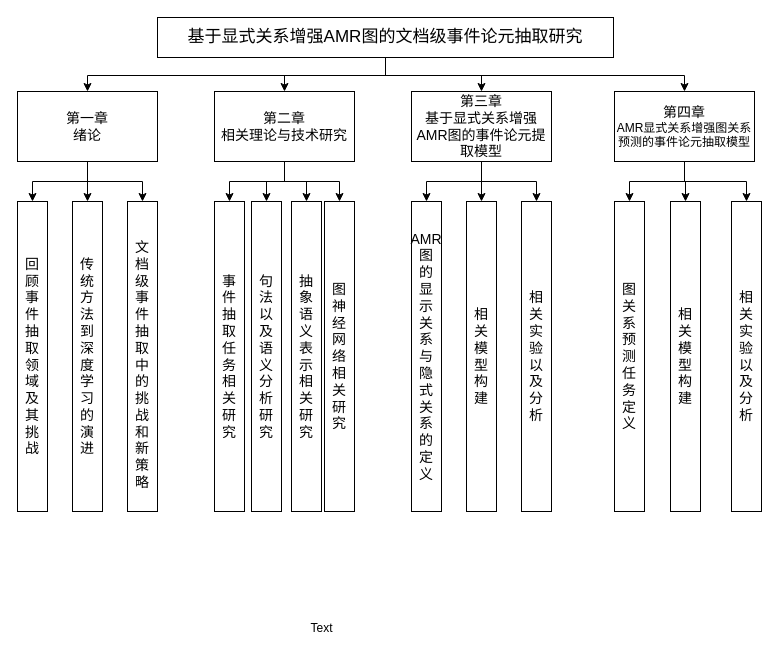
The draw.io diagram 论文整体结构安排.drawio in crawlerWPS/drawing, before the edit. Source tidied: cells renumbered, new cells numbered last; positions are measured from the earlier drawing's top-left corner, leaving out a move shared by most shapes. Both pictures are drawn from the tidied source at 100%, with x=0, y=0 at pixel (17, 17).
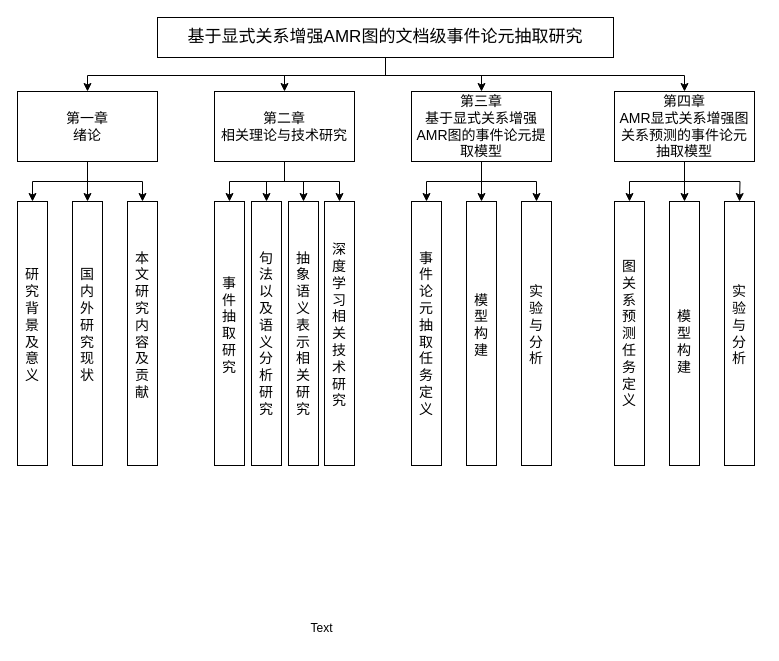
The same page after the edit.

Commit message:
更新论文整体结构安排.drawio

Unchanged cells that the change refers to:
```xml
<mxCell id="10" value="&lt;font face=&quot;宋体-简&quot; style=&quot;font-size: 14px;&quot;&gt;第一章&lt;br&gt;绪论&lt;br&gt;&lt;/font&gt;" style="rounded=0;whiteSpace=wrap;html=1;" parent="1" vertex="1">
  <mxGeometry y="74" width="140" height="70" as="geometry" />
</mxCell>
<mxCell id="15" value="&lt;font face=&quot;宋体-简&quot; style=&quot;font-size: 14px;&quot;&gt;第二章&lt;/font&gt;&lt;br&gt;&lt;span style=&quot;font-family: 宋体-简; font-size: 14px;&quot;&gt;相关理论与技术研究&lt;/span&gt;" style="rounded=0;whiteSpace=wrap;html=1;" parent="1" vertex="1">
  <mxGeometry x="197" y="74" width="140" height="70" as="geometry" />
</mxCell>
<mxCell id="19" value="&lt;font face=&quot;宋体-简&quot; style=&quot;&quot;&gt;&lt;font style=&quot;font-size: 14px;&quot;&gt;第三章&lt;/font&gt;&lt;br&gt;&lt;span style=&quot;font-size: 14px;&quot;&gt;基于显式关系增强AMR图的事件论元提取模型&lt;/span&gt;&lt;br&gt;&lt;/font&gt;" style="rounded=0;whiteSpace=wrap;html=1;" parent="1" vertex="1">
  <mxGeometry x="394" y="74" width="140" height="70" as="geometry" />
</mxCell>
```

Change to the diagram source:
```diff
@@
-    <mxCell id="7" style="edgeStyle=orthogonalEdgeStyle;rounded=0;jettySize=auto;html=1;entryX=0.5;entryY=0;entryDx=0;entryDy=0;" parent="1" edge="1" source="10" target="24">
+    <mxCell id="7" style="edgeStyle=orthogonalEdgeStyle;rounded=0;jettySize=auto;html=1;entryX=0.5;entryY=0;entryDx=0;entryDy=0;fontSize=14;fontFamily=宋体-简;" parent="1" edge="1" source="10" target="24">
       <mxGeometry relative="1" as="geometry" />
     </mxCell>
-    <mxCell id="8" style="edgeStyle=orthogonalEdgeStyle;rounded=0;jettySize=auto;html=1;" parent="1" edge="1" source="10" target="25">
+    <mxCell id="8" style="edgeStyle=orthogonalEdgeStyle;rounded=0;jettySize=auto;html=1;fontSize=14;fontFamily=宋体-简;" parent="1" edge="1" source="10" target="25">
       <mxGeometry relative="1" as="geometry" />
     </mxCell>
-    <mxCell id="9" style="edgeStyle=orthogonalEdgeStyle;rounded=0;jettySize=auto;html=1;entryX=0.5;entryY=0;entryDx=0;entryDy=0;" parent="1" edge="1" source="10" target="26">
+    <mxCell id="9" style="edgeStyle=orthogonalEdgeStyle;rounded=0;jettySize=auto;html=1;entryX=0.5;entryY=0;entryDx=0;entryDy=0;fontSize=14;fontFamily=宋体-简;" parent="1" edge="1" source="10" target="26">
       <mxGeometry relative="1" as="geometry" />
     </mxCell>
@@
-    <mxCell id="11" style="edgeStyle=orthogonalEdgeStyle;rounded=0;jettySize=auto;html=1;entryX=0.5;entryY=0;entryDx=0;entryDy=0;" parent="1" edge="1" source="15" target="27">
+    <mxCell id="11" style="edgeStyle=orthogonalEdgeStyle;rounded=0;jettySize=auto;html=1;entryX=0.5;entryY=0;entryDx=0;entryDy=0;fontSize=14;fontFamily=宋体-简;" parent="1" edge="1" source="15" target="27">
       <mxGeometry relative="1" as="geometry" />
     </mxCell>
-    <mxCell id="12" style="edgeStyle=orthogonalEdgeStyle;rounded=0;jettySize=auto;html=1;entryX=0.5;entryY=0;entryDx=0;entryDy=0;" parent="1" edge="1" source="15" target="28">
+    <mxCell id="12" style="edgeStyle=orthogonalEdgeStyle;rounded=0;jettySize=auto;html=1;entryX=0.5;entryY=0;entryDx=0;entryDy=0;fontSize=14;fontFamily=宋体-简;" parent="1" edge="1" source="15" target="28">
       <mxGeometry relative="1" as="geometry" />
     </mxCell>
-    <mxCell id="13" style="edgeStyle=orthogonalEdgeStyle;rounded=0;jettySize=auto;html=1;entryX=0.5;entryY=0;entryDx=0;entryDy=0;" parent="1" edge="1" source="15" target="29">
+    <mxCell id="13" style="edgeStyle=orthogonalEdgeStyle;rounded=0;jettySize=auto;html=1;entryX=0.5;entryY=0;entryDx=0;entryDy=0;fontSize=14;fontFamily=宋体-简;" parent="1" edge="1" source="15" target="29">
       <mxGeometry relative="1" as="geometry" />
     </mxCell>
-    <mxCell id="14" style="edgeStyle=orthogonalEdgeStyle;rounded=0;jettySize=auto;html=1;entryX=0.5;entryY=0;entryDx=0;entryDy=0;" parent="1" edge="1" source="15" target="36">
+    <mxCell id="14" style="edgeStyle=orthogonalEdgeStyle;rounded=0;jettySize=auto;html=1;entryX=0.5;entryY=0;entryDx=0;entryDy=0;fontSize=14;fontFamily=宋体-简;" parent="1" edge="1" source="15" target="36">
       <mxGeometry relative="1" as="geometry" />
     </mxCell>
@@
-    <mxCell id="16" style="edgeStyle=orthogonalEdgeStyle;rounded=0;jettySize=auto;html=1;entryX=0.5;entryY=0;entryDx=0;entryDy=0;" parent="1" edge="1" source="19" target="30">
+    <mxCell id="16" style="edgeStyle=orthogonalEdgeStyle;rounded=0;jettySize=auto;html=1;entryX=0.5;entryY=0;entryDx=0;entryDy=0;fontSize=14;fontFamily=宋体-简;" parent="1" edge="1" source="19" target="30">
       <mxGeometry relative="1" as="geometry" />
     </mxCell>
-    <mxCell id="17" style="edgeStyle=orthogonalEdgeStyle;rounded=0;jettySize=auto;html=1;entryX=0.5;entryY=0;entryDx=0;entryDy=0;" parent="1" edge="1" source="19" target="31">
+    <mxCell id="17" style="edgeStyle=orthogonalEdgeStyle;rounded=0;jettySize=auto;html=1;entryX=0.5;entryY=0;entryDx=0;entryDy=0;fontSize=14;fontFamily=宋体-简;" parent="1" edge="1" source="19" target="31">
       <mxGeometry relative="1" as="geometry" />
     </mxCell>
-    <mxCell id="18" style="edgeStyle=orthogonalEdgeStyle;rounded=0;jettySize=auto;html=1;entryX=0.5;entryY=0;entryDx=0;entryDy=0;" parent="1" edge="1" source="19" target="32">
+    <mxCell id="18" style="edgeStyle=orthogonalEdgeStyle;rounded=0;jettySize=auto;html=1;entryX=0.5;entryY=0;entryDx=0;entryDy=0;fontSize=14;fontFamily=宋体-简;" parent="1" edge="1" source="19" target="32">
       <mxGeometry relative="1" as="geometry" />
     </mxCell>
@@
-    <mxCell id="20" style="edgeStyle=orthogonalEdgeStyle;rounded=0;jettySize=auto;html=1;entryX=0.5;entryY=0;entryDx=0;entryDy=0;" parent="1" edge="1" source="23" target="33">
+    <mxCell id="20" style="edgeStyle=orthogonalEdgeStyle;rounded=0;jettySize=auto;html=1;entryX=0.5;entryY=0;entryDx=0;entryDy=0;fontSize=14;fontFamily=宋体-简;" parent="1" edge="1" source="23" target="33">
       <mxGeometry relative="1" as="geometry" />
     </mxCell>
-    <mxCell id="21" style="edgeStyle=orthogonalEdgeStyle;rounded=0;jettySize=auto;html=1;entryX=0.5;entryY=0;entryDx=0;entryDy=0;" parent="1" edge="1" source="23" target="34">
+    <mxCell id="21" style="edgeStyle=orthogonalEdgeStyle;rounded=0;jettySize=auto;html=1;entryX=0.5;entryY=0;entryDx=0;entryDy=0;fontSize=14;fontFamily=宋体-简;" parent="1" edge="1" source="23" target="34">
       <mxGeometry relative="1" as="geometry" />
     </mxCell>
-    <mxCell id="22" style="edgeStyle=orthogonalEdgeStyle;rounded=0;jettySize=auto;html=1;entryX=0.5;entryY=0;entryDx=0;entryDy=0;" parent="1" edge="1" source="23" target="35">
-      <mxGeometry relative="1" as="geometry" />
+    <mxCell id="22" style="edgeStyle=orthogonalEdgeStyle;rounded=0;jettySize=auto;html=1;entryX=0.5;entryY=0;entryDx=0;entryDy=0;fontSize=14;fontFamily=宋体-简;" parent="1" edge="1" source="23">
+      <mxGeometry relative="1" as="geometry">
+        <mxPoint x="722" y="184" as="targetPoint" />
+      </mxGeometry>
     </mxCell>
-    <mxCell id="23" value="&lt;font style=&quot;&quot; face=&quot;宋体-简&quot;&gt;&lt;font style=&quot;font-size: 14px;&quot;&gt;第四章&lt;/font&gt;&lt;br&gt;AMR显式关系增强图关系预测的事件论元抽取模型&lt;br&gt;&lt;/font&gt;" style="rounded=0;whiteSpace=wrap;html=1;" parent="1" vertex="1">
+    <mxCell id="23" value="&lt;font style=&quot;&quot; face=&quot;宋体-简&quot;&gt;&lt;font style=&quot;font-size: 14px;&quot;&gt;第四章&lt;/font&gt;&lt;br&gt;&lt;font style=&quot;font-size: 14px;&quot;&gt;AMR显式关系增强图关系预测的事件论元抽取模型&lt;/font&gt;&lt;br&gt;&lt;/font&gt;" style="rounded=0;whiteSpace=wrap;html=1;" parent="1" vertex="1">
       <mxGeometry x="597" y="74" width="140" height="70" as="geometry" />
     </mxCell>
-    <mxCell id="24" value="&lt;font style=&quot;font-size: 14px;&quot; face=&quot;宋体-简&quot;&gt;回&lt;br&gt;顾&lt;br&gt;事&lt;br&gt;件&lt;br&gt;抽&lt;br&gt;取&lt;br&gt;领&lt;br&gt;域&lt;br&gt;及&lt;br&gt;其&lt;br&gt;挑&lt;br&gt;战&lt;/font&gt;" style="rounded=0;whiteSpace=wrap;html=1;" parent="1" vertex="1">
-      <mxGeometry y="184" width="30" height="310" as="geometry" />
+    <mxCell id="24" value="&lt;div style=&quot;font-size: 14px;&quot;&gt;研&lt;/div&gt;&lt;div style=&quot;font-size: 14px;&quot;&gt;究&lt;/div&gt;&lt;div style=&quot;font-size: 14px;&quot;&gt;背&lt;/div&gt;&lt;div style=&quot;font-size: 14px;&quot;&gt;景&lt;/div&gt;&lt;div style=&quot;font-size: 14px;&quot;&gt;及&lt;/div&gt;&lt;div style=&quot;font-size: 14px;&quot;&gt;意&lt;/div&gt;&lt;div style=&quot;font-size: 14px;&quot;&gt;义&lt;/div&gt;&lt;br style=&quot;font-size: 14px;&quot;&gt;" style="rounded=0;whiteSpace=wrap;html=1;fontSize=14;fontFamily=宋体-简;" parent="1" vertex="1">
+      <mxGeometry y="184" width="30" height="264" as="geometry" />
     </mxCell>
-    <mxCell id="25" value="&lt;font face=&quot;宋体-简&quot; style=&quot;font-size: 14px;&quot;&gt;传&lt;br&gt;统&lt;br&gt;方&lt;br&gt;法&lt;br&gt;到&lt;br&gt;深&lt;br&gt;度&lt;br&gt;学&lt;br&gt;习&lt;br&gt;的&lt;br&gt;演&lt;br&gt;进&lt;/font&gt;" style="rounded=0;whiteSpace=wrap;html=1;" parent="1" vertex="1">
-      <mxGeometry x="55" y="184" width="30" height="310" as="geometry" />
+    <mxCell id="25" value="&lt;div style=&quot;font-size: 14px;&quot;&gt;国&lt;/div&gt;&lt;div style=&quot;font-size: 14px;&quot;&gt;内&lt;/div&gt;&lt;div style=&quot;font-size: 14px;&quot;&gt;外&lt;/div&gt;&lt;div style=&quot;font-size: 14px;&quot;&gt;研&lt;/div&gt;&lt;div style=&quot;font-size: 14px;&quot;&gt;究&lt;/div&gt;&lt;div style=&quot;font-size: 14px;&quot;&gt;现&lt;/div&gt;&lt;div style=&quot;font-size: 14px;&quot;&gt;状&lt;/div&gt;&lt;br style=&quot;font-size: 14px;&quot;&gt;" style="rounded=0;whiteSpace=wrap;html=1;fontSize=14;fontFamily=宋体-简;" parent="1" vertex="1">
+      <mxGeometry x="55" y="184" width="30" height="264" as="geometry" />
     </mxCell>
-    <mxCell id="26" value="&lt;font face=&quot;宋体-简&quot; style=&quot;font-size: 14px;&quot;&gt;&lt;br&gt;文&lt;br&gt;档&lt;br&gt;级&lt;br&gt;事&lt;br&gt;件&lt;br&gt;抽&lt;br&gt;取&lt;br&gt;中&lt;br&gt;的&lt;br&gt;挑&lt;br&gt;战&lt;br&gt;和&lt;br&gt;新&lt;br&gt;策&lt;br&gt;略&lt;/font&gt;" style="rounded=0;whiteSpace=wrap;html=1;" parent="1" vertex="1">
-      <mxGeometry x="110" y="184" width="30" height="310" as="geometry" />
+    <mxCell id="26" value="&lt;div style=&quot;font-size: 14px;&quot;&gt;本&lt;/div&gt;&lt;div style=&quot;font-size: 14px;&quot;&gt;文&lt;/div&gt;&lt;div style=&quot;font-size: 14px;&quot;&gt;研&lt;/div&gt;&lt;div style=&quot;font-size: 14px;&quot;&gt;究&lt;/div&gt;&lt;div style=&quot;font-size: 14px;&quot;&gt;内&lt;/div&gt;&lt;div style=&quot;font-size: 14px;&quot;&gt;容&lt;/div&gt;&lt;div style=&quot;font-size: 14px;&quot;&gt;及&lt;/div&gt;&lt;div style=&quot;font-size: 14px;&quot;&gt;贡&lt;/div&gt;&lt;div style=&quot;font-size: 14px;&quot;&gt;献&lt;/div&gt;&lt;br style=&quot;font-size: 14px;&quot;&gt;" style="rounded=0;whiteSpace=wrap;html=1;fontSize=14;fontFamily=宋体-简;" parent="1" vertex="1">
+      <mxGeometry x="110" y="184" width="30" height="264" as="geometry" />
     </mxCell>
-    <mxCell id="27" value="事&lt;br&gt;件&lt;br&gt;抽&lt;br&gt;取&lt;br&gt;任&lt;br&gt;务&lt;br&gt;相&lt;br&gt;关&lt;br&gt;研&lt;br&gt;究" style="rounded=0;whiteSpace=wrap;html=1;fontFamily=宋体-简;fontSize=14;" parent="1" vertex="1">
-      <mxGeometry x="197" y="184" width="30" height="310" as="geometry" />
+    <mxCell id="27" value="&lt;div style=&quot;font-size: 14px;&quot;&gt;事&lt;/div&gt;&lt;div style=&quot;font-size: 14px;&quot;&gt;件&lt;/div&gt;&lt;div style=&quot;font-size: 14px;&quot;&gt;抽&lt;/div&gt;&lt;div style=&quot;font-size: 14px;&quot;&gt;取&lt;/div&gt;&lt;div style=&quot;font-size: 14px;&quot;&gt;研&lt;/div&gt;&lt;div style=&quot;font-size: 14px;&quot;&gt;究&lt;/div&gt;&lt;br style=&quot;font-size: 14px;&quot;&gt;" style="rounded=0;whiteSpace=wrap;html=1;fontFamily=宋体-简;fontSize=14;" parent="1" vertex="1">
+      <mxGeometry x="197" y="184" width="30" height="264" as="geometry" />
     </mxCell>
-    <mxCell id="28" value="抽&lt;br&gt;象&lt;br&gt;语&lt;br&gt;义&lt;br&gt;表&lt;br&gt;示&lt;br&gt;相&lt;br&gt;关&lt;br&gt;研&lt;br&gt;究" style="rounded=0;whiteSpace=wrap;html=1;fontFamily=宋体-简;fontSize=14;" parent="1" vertex="1">
-      <mxGeometry x="274" y="184" width="30" height="310" as="geometry" />
+    <mxCell id="28" value="抽&lt;br style=&quot;font-size: 14px;&quot;&gt;象&lt;br style=&quot;font-size: 14px;&quot;&gt;语&lt;br style=&quot;font-size: 14px;&quot;&gt;义&lt;br style=&quot;font-size: 14px;&quot;&gt;表&lt;br style=&quot;font-size: 14px;&quot;&gt;示&lt;br style=&quot;font-size: 14px;&quot;&gt;相&lt;br style=&quot;font-size: 14px;&quot;&gt;关&lt;br style=&quot;font-size: 14px;&quot;&gt;研&lt;br style=&quot;font-size: 14px;&quot;&gt;究" style="rounded=0;whiteSpace=wrap;html=1;fontFamily=宋体-简;fontSize=14;" parent="1" vertex="1">
+      <mxGeometry x="271" y="184" width="30" height="264" as="geometry" />
     </mxCell>
-    <mxCell id="29" value="图&lt;br&gt;神&lt;br&gt;经&lt;br&gt;网&lt;br&gt;络&lt;br&gt;相&lt;br&gt;关&lt;br&gt;研&lt;br&gt;究" style="rounded=0;whiteSpace=wrap;html=1;fontFamily=宋体-简;fontSize=14;" parent="1" vertex="1">
-      <mxGeometry x="307" y="184" width="30" height="310" as="geometry" />
+    <mxCell id="29" value="&lt;div style=&quot;font-size: 14px;&quot;&gt;深&lt;/div&gt;&lt;div style=&quot;font-size: 14px;&quot;&gt;度&lt;/div&gt;&lt;div style=&quot;font-size: 14px;&quot;&gt;学&lt;/div&gt;&lt;div style=&quot;font-size: 14px;&quot;&gt;习&lt;/div&gt;&lt;div style=&quot;font-size: 14px;&quot;&gt;相&lt;/div&gt;&lt;div style=&quot;font-size: 14px;&quot;&gt;关&lt;/div&gt;&lt;div style=&quot;font-size: 14px;&quot;&gt;技&lt;/div&gt;&lt;div style=&quot;font-size: 14px;&quot;&gt;术&lt;/div&gt;&lt;div style=&quot;font-size: 14px;&quot;&gt;研&lt;/div&gt;&lt;div style=&quot;font-size: 14px;&quot;&gt;究&lt;/div&gt;&lt;br style=&quot;font-size: 14px;&quot;&gt;" style="rounded=0;whiteSpace=wrap;html=1;fontFamily=宋体-简;fontSize=14;" parent="1" vertex="1">
+      <mxGeometry x="307" y="184" width="30" height="264" as="geometry" />
     </mxCell>
-    <mxCell id="30" value="AMR&lt;br&gt;图&lt;br&gt;的&lt;br&gt;显&lt;br&gt;示&lt;br&gt;关&lt;br&gt;系&lt;br&gt;与&lt;br&gt;隐&lt;br&gt;式&lt;br&gt;关&lt;br&gt;系&lt;br&gt;的&lt;br&gt;定&lt;br&gt;义" style="rounded=0;whiteSpace=wrap;html=1;fontFamily=宋体-简;fontSize=14;" parent="1" vertex="1">
-      <mxGeometry x="394" y="184" width="30" height="310" as="geometry" />
+    <mxCell id="30" value="&lt;div style=&quot;font-size: 14px;&quot;&gt;事&lt;/div&gt;&lt;div style=&quot;font-size: 14px;&quot;&gt;件&lt;/div&gt;&lt;div style=&quot;font-size: 14px;&quot;&gt;论&lt;/div&gt;&lt;div style=&quot;font-size: 14px;&quot;&gt;元&lt;/div&gt;&lt;div style=&quot;font-size: 14px;&quot;&gt;抽&lt;/div&gt;&lt;div style=&quot;font-size: 14px;&quot;&gt;取&lt;/div&gt;&lt;div style=&quot;font-size: 14px;&quot;&gt;任&lt;/div&gt;&lt;div style=&quot;font-size: 14px;&quot;&gt;务&lt;/div&gt;&lt;div style=&quot;font-size: 14px;&quot;&gt;定&lt;/div&gt;&lt;div style=&quot;font-size: 14px;&quot;&gt;义&lt;/div&gt;" style="rounded=0;whiteSpace=wrap;html=1;fontFamily=宋体-简;fontSize=14;" parent="1" vertex="1">
+      <mxGeometry x="394" y="184" width="30" height="264" as="geometry" />
     </mxCell>
-    <mxCell id="31" value="相&lt;br&gt;关&lt;br&gt;模&lt;br&gt;型&lt;br&gt;构&lt;br&gt;建" style="rounded=0;whiteSpace=wrap;html=1;fontFamily=宋体-简;fontSize=14;" parent="1" vertex="1">
-      <mxGeometry x="449" y="184" width="30" height="310" as="geometry" />
+    <mxCell id="31" value="&lt;div style=&quot;font-size: 14px;&quot;&gt;模&lt;/div&gt;&lt;div style=&quot;font-size: 14px;&quot;&gt;型&lt;/div&gt;&lt;div style=&quot;font-size: 14px;&quot;&gt;构&lt;/div&gt;&lt;div style=&quot;font-size: 14px;&quot;&gt;建&lt;/div&gt;&lt;br style=&quot;font-size: 14px;&quot;&gt;" style="rounded=0;whiteSpace=wrap;html=1;fontFamily=宋体-简;fontSize=14;" parent="1" vertex="1">
+      <mxGeometry x="449" y="184" width="30" height="264" as="geometry" />
     </mxCell>
-    <mxCell id="32" value="相&lt;br&gt;关&lt;br&gt;实&lt;br&gt;验&lt;br&gt;以&lt;br&gt;及&lt;br&gt;分&lt;br&gt;析" style="rounded=0;whiteSpace=wrap;html=1;fontFamily=宋体-简;fontSize=14;" parent="1" vertex="1">
-      <mxGeometry x="504" y="184" width="30" height="310" as="geometry" />
+    <mxCell id="32" value="&lt;div style=&quot;font-size: 14px;&quot;&gt;实&lt;/div&gt;&lt;div style=&quot;font-size: 14px;&quot;&gt;验&lt;/div&gt;&lt;div style=&quot;font-size: 14px;&quot;&gt;与&lt;/div&gt;&lt;div style=&quot;font-size: 14px;&quot;&gt;分&lt;/div&gt;&lt;div style=&quot;font-size: 14px;&quot;&gt;析&lt;/div&gt;&lt;br style=&quot;font-size: 14px;&quot;&gt;" style="rounded=0;whiteSpace=wrap;html=1;fontFamily=宋体-简;fontSize=14;" parent="1" vertex="1">
+      <mxGeometry x="504" y="184" width="30" height="264" as="geometry" />
     </mxCell>
-    <mxCell id="33" value="图&lt;br&gt;关&lt;br&gt;系&lt;br&gt;预&lt;br&gt;测&lt;br&gt;任&lt;br&gt;务&lt;br&gt;定&lt;br&gt;义" style="rounded=0;whiteSpace=wrap;html=1;fontFamily=宋体-简;fontSize=14;" parent="1" vertex="1">
-      <mxGeometry x="597" y="184" width="30" height="310" as="geometry" />
+    <mxCell id="33" value="图&lt;br style=&quot;font-size: 14px;&quot;&gt;关&lt;br style=&quot;font-size: 14px;&quot;&gt;系&lt;br style=&quot;font-size: 14px;&quot;&gt;预&lt;br style=&quot;font-size: 14px;&quot;&gt;测&lt;br style=&quot;font-size: 14px;&quot;&gt;任&lt;br style=&quot;font-size: 14px;&quot;&gt;务&lt;br style=&quot;font-size: 14px;&quot;&gt;定&lt;br style=&quot;font-size: 14px;&quot;&gt;义" style="rounded=0;whiteSpace=wrap;html=1;fontFamily=宋体-简;fontSize=14;" parent="1" vertex="1">
+      <mxGeometry x="597" y="184" width="30" height="264" as="geometry" />
     </mxCell>
-    <mxCell id="34" value="相&lt;br style=&quot;border-color: var(--border-color);&quot;&gt;关&lt;br style=&quot;border-color: var(--border-color);&quot;&gt;模&lt;br style=&quot;border-color: var(--border-color);&quot;&gt;型&lt;br style=&quot;border-color: var(--border-color);&quot;&gt;构&lt;br style=&quot;border-color: var(--border-color);&quot;&gt;建" style="rounded=0;whiteSpace=wrap;html=1;fontFamily=宋体-简;fontSize=14;" parent="1" vertex="1">
-      <mxGeometry x="653" y="184" width="30" height="310" as="geometry" />
+    <mxCell id="34" value="&lt;br style=&quot;border-color: var(--border-color); font-size: 14px;&quot;&gt;模&lt;br style=&quot;border-color: var(--border-color); font-size: 14px;&quot;&gt;型&lt;br style=&quot;border-color: var(--border-color); font-size: 14px;&quot;&gt;构&lt;br style=&quot;border-color: var(--border-color); font-size: 14px;&quot;&gt;建" style="rounded=0;whiteSpace=wrap;html=1;fontFamily=宋体-简;fontSize=14;" parent="1" vertex="1">
+      <mxGeometry x="652" y="184" width="30" height="264" as="geometry" />
     </mxCell>
-    <mxCell id="35" value="相&lt;br&gt;关&lt;br&gt;实&lt;br&gt;验&lt;br&gt;以&lt;br&gt;及&lt;br&gt;分&lt;br&gt;析" style="rounded=0;whiteSpace=wrap;html=1;fontFamily=宋体-简;fontSize=14;" parent="1" vertex="1">
-      <mxGeometry x="714" y="184" width="30" height="310" as="geometry" />
-    </mxCell>
-    <mxCell id="36" value="句&lt;br&gt;法&lt;br&gt;以&lt;br&gt;及&lt;br&gt;语&lt;br&gt;义&lt;br&gt;分&lt;br&gt;析&lt;br&gt;研&lt;br&gt;究" style="rounded=0;whiteSpace=wrap;html=1;fontFamily=宋体-简;fontSize=14;" parent="1" vertex="1">
-      <mxGeometry x="234" y="184" width="30" height="310" as="geometry" />
+    <mxCell id="36" value="句&lt;br style=&quot;font-size: 14px;&quot;&gt;法&lt;br style=&quot;font-size: 14px;&quot;&gt;以&lt;br style=&quot;font-size: 14px;&quot;&gt;及&lt;br style=&quot;font-size: 14px;&quot;&gt;语&lt;br style=&quot;font-size: 14px;&quot;&gt;义&lt;br style=&quot;font-size: 14px;&quot;&gt;分&lt;br style=&quot;font-size: 14px;&quot;&gt;析&lt;br style=&quot;font-size: 14px;&quot;&gt;研&lt;br style=&quot;font-size: 14px;&quot;&gt;究" style="rounded=0;whiteSpace=wrap;html=1;fontFamily=宋体-简;fontSize=14;" parent="1" vertex="1">
+      <mxGeometry x="234" y="184" width="30" height="264" as="geometry" />
     </mxCell>
@@
+    <mxCell id="38" value="&lt;div style=&quot;font-size: 14px;&quot;&gt;实&lt;/div&gt;&lt;div style=&quot;font-size: 14px;&quot;&gt;验&lt;/div&gt;&lt;div style=&quot;font-size: 14px;&quot;&gt;与&lt;/div&gt;&lt;div style=&quot;font-size: 14px;&quot;&gt;分&lt;/div&gt;&lt;div style=&quot;font-size: 14px;&quot;&gt;析&lt;/div&gt;&lt;br style=&quot;font-size: 14px;&quot;&gt;" style="rounded=0;whiteSpace=wrap;html=1;fontFamily=宋体-简;fontSize=14;" parent="1" vertex="1">
+      <mxGeometry x="707" y="184" width="30" height="264" as="geometry" />
+    </mxCell>
```
